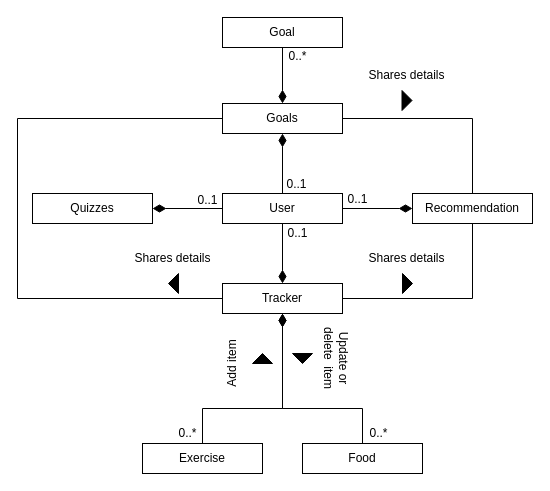
Before: Bare-bones_class_diagram.drawio in ahammond3aws/DC2SEN, a draw.io diagram. Source tidied: cells renumbered, new cells numbered last; positions are measured from the earlier drawing's top-left corner, leaving out a move shared by most shapes. Both pictures are drawn from the tidied source at 100%, with x=0, y=0 at pixel (17, 17).
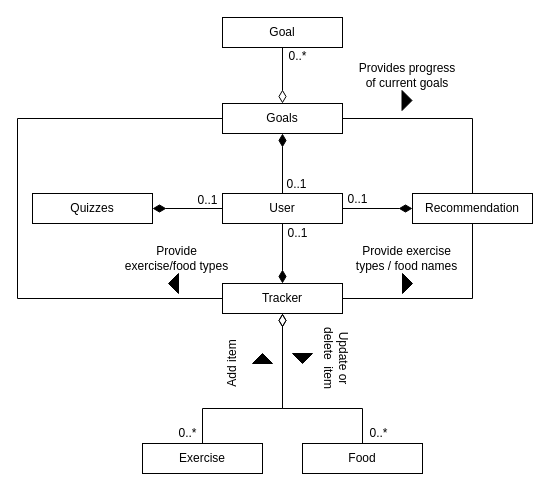
The same page after the edit.

Unchanged cells that the change refers to:
```xml
<mxCell id="5" value="Tracker" style="rounded=0;whiteSpace=wrap;html=1;" parent="1" vertex="1">
  <mxGeometry x="205" y="266" width="120" height="30" as="geometry" />
</mxCell>
<mxCell id="7" value="Exercise" style="rounded=0;whiteSpace=wrap;html=1;" parent="1" vertex="1">
  <mxGeometry x="125" y="426" width="120" height="30" as="geometry" />
</mxCell>
<mxCell id="9" value="Food" style="rounded=0;whiteSpace=wrap;html=1;" parent="1" vertex="1">
  <mxGeometry x="285" y="426" width="120" height="30" as="geometry" />
</mxCell>
<mxCell id="15" value="Goals" style="rounded=0;whiteSpace=wrap;html=1;" parent="1" vertex="1">
  <mxGeometry x="205" y="86" width="120" height="30" as="geometry" />
</mxCell>
<mxCell id="33" value="Goal" style="rounded=0;whiteSpace=wrap;html=1;" parent="1" vertex="1">
  <mxGeometry x="205" width="120" height="30" as="geometry" />
</mxCell>
```

Diff of the diagram source:
```diff
@@
-    <mxCell id="6" style="edgeStyle=orthogonalEdgeStyle;rounded=0;jettySize=auto;html=1;entryX=0.5;entryY=1;entryDx=0;entryDy=0;endArrow=diamondThin;endFill=1;endSize=11;" parent="1" edge="1" source="7" target="5">
+    <mxCell id="6" style="edgeStyle=orthogonalEdgeStyle;rounded=0;jettySize=auto;html=1;entryX=0.5;entryY=1;entryDx=0;entryDy=0;endArrow=diamondThin;endFill=0;endSize=11;" parent="1" edge="1" source="7" target="5">
       <mxGeometry relative="1" as="geometry">
         <Array as="points">
           <mxPoint x="185" y="391" />
           <mxPoint x="265" y="391" />
         </Array>
       </mxGeometry>
     </mxCell>
@@
-    <mxCell id="8" style="edgeStyle=orthogonalEdgeStyle;rounded=0;jettySize=auto;html=1;entryX=0.5;entryY=1;entryDx=0;entryDy=0;endArrow=diamondThin;endFill=1;startSize=6;endSize=11;" parent="1" edge="1" source="9" target="5">
+    <mxCell id="8" style="edgeStyle=orthogonalEdgeStyle;rounded=0;jettySize=auto;html=1;entryX=0.5;entryY=1;entryDx=0;entryDy=0;endArrow=diamondThin;endFill=0;startSize=6;endSize=11;" parent="1" edge="1" source="9" target="5">
       <mxGeometry relative="1" as="geometry">
         <Array as="points">
           <mxPoint x="345" y="391" />
           <mxPoint x="265" y="391" />
         </Array>
       </mxGeometry>
     </mxCell>
@@
-    <mxCell id="30" value="Shares details" style="text;html=1;strokeColor=none;fillColor=none;align=center;verticalAlign=middle;whiteSpace=wrap;rounded=0;fontSize=12;" parent="1" vertex="1">
-      <mxGeometry x="350" y="43" width="79" height="30" as="geometry" />
+    <mxCell id="30" value="Provides progress of current goals" style="text;html=1;strokeColor=none;fillColor=none;align=center;verticalAlign=middle;whiteSpace=wrap;rounded=0;fontSize=12;" parent="1" vertex="1">
+      <mxGeometry x="338.5" y="43" width="102" height="30" as="geometry" />
     </mxCell>
-    <mxCell id="31" value="Shares details" style="text;html=1;strokeColor=none;fillColor=none;align=center;verticalAlign=middle;whiteSpace=wrap;rounded=0;fontSize=12;" parent="1" vertex="1">
-      <mxGeometry x="350" y="226" width="79" height="30" as="geometry" />
+    <mxCell id="31" value="Provide exercise types / food names" style="text;html=1;strokeColor=none;fillColor=none;align=center;verticalAlign=middle;whiteSpace=wrap;rounded=0;fontSize=12;" parent="1" vertex="1">
+      <mxGeometry x="336" y="226" width="107" height="30" as="geometry" />
     </mxCell>
-    <mxCell id="32" style="edgeStyle=orthogonalEdgeStyle;rounded=0;jumpSize=6;jettySize=auto;html=1;exitX=0.5;exitY=1;exitDx=0;exitDy=0;entryX=0.5;entryY=0;entryDx=0;entryDy=0;strokeWidth=1;fontSize=12;startArrow=none;startFill=0;endArrow=diamondThin;endFill=1;startSize=6;endSize=11;" parent="1" edge="1" source="33" target="15">
+    <mxCell id="32" style="edgeStyle=orthogonalEdgeStyle;rounded=0;jumpSize=6;jettySize=auto;html=1;exitX=0.5;exitY=1;exitDx=0;exitDy=0;entryX=0.5;entryY=0;entryDx=0;entryDy=0;strokeWidth=1;fontSize=12;startArrow=none;startFill=0;endArrow=diamondThin;endFill=0;startSize=6;endSize=11;" parent="1" edge="1" source="33" target="15">
       <mxGeometry relative="1" as="geometry" />
     </mxCell>
@@
-    <mxCell id="36" value="Shares details" style="text;html=1;strokeColor=none;fillColor=none;align=center;verticalAlign=middle;whiteSpace=wrap;rounded=0;fontSize=12;" parent="1" vertex="1">
-      <mxGeometry x="116" y="226" width="79" height="30" as="geometry" />
+    <mxCell id="36" value="Provide exercise/food types" style="text;html=1;strokeColor=none;fillColor=none;align=center;verticalAlign=middle;whiteSpace=wrap;rounded=0;fontSize=12;" parent="1" vertex="1">
+      <mxGeometry x="103" y="226" width="112.5" height="30" as="geometry" />
     </mxCell>
```
